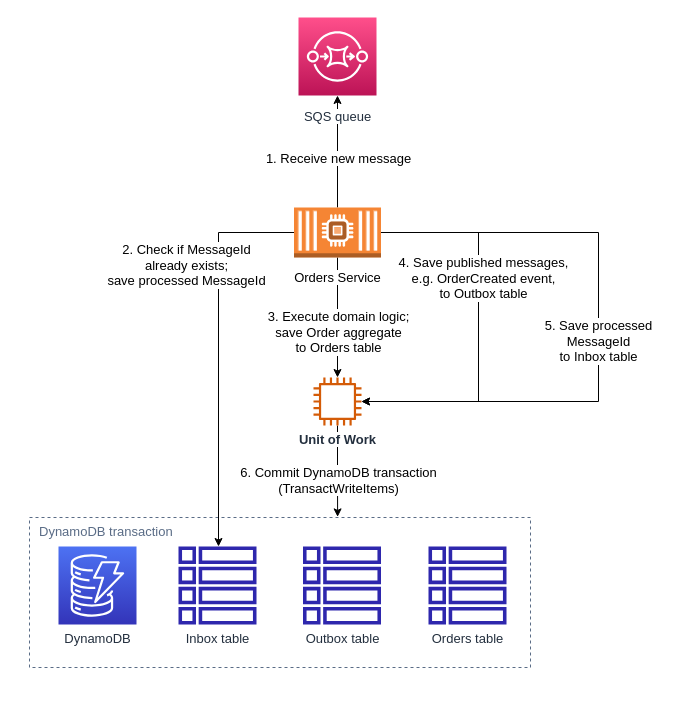
The draw.io diagram images/AWS Unit of Work DynamoDB.drawio in filipsnastins/transactional-messaging-patterns-with-aws-dynamodb-streams-sns-sqs-lambda, before the edit. Source tidied: cells renumbered, new cells numbered last; positions are measured from the earlier drawing's top-left corner, leaving out a move shared by most shapes. Both pictures are drawn from the tidied source at 100%, with x=0, y=0 at pixel (29, 17).
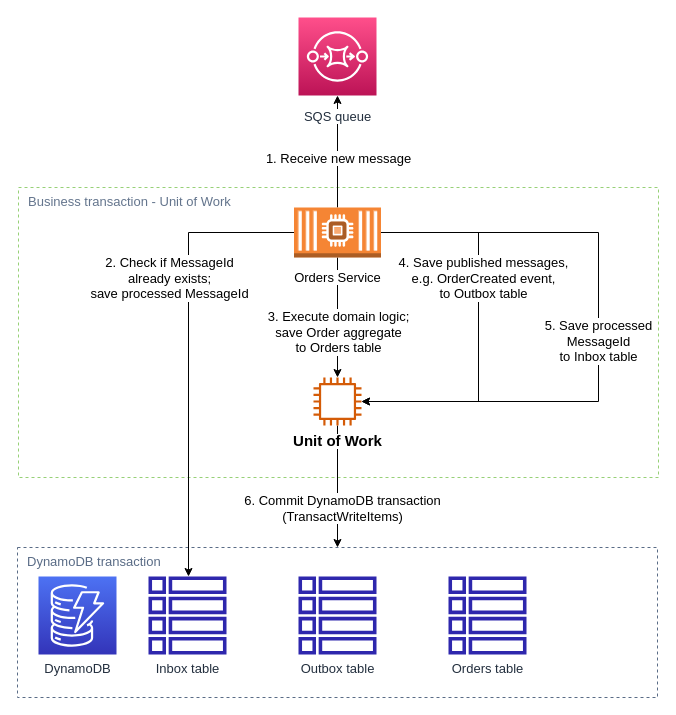
After the change.

Diff of the diagram source:
```diff
@@
-    <mxCell id="2" style="edgeStyle=orthogonalEdgeStyle;rounded=0;jettySize=auto;html=1;entryX=0.615;entryY=-0.004;entryDx=0;entryDy=0;entryPerimeter=0;fontSize=13;" parent="1" edge="1" source="21" target="4">
-      <mxGeometry relative="1" as="geometry" />
-    </mxCell>
-    <mxCell id="3" value="6. Commit DynamoDB transaction&lt;br style=&quot;font-size: 13px;&quot;&gt;(TransactWriteItems)" style="edgeLabel;html=1;align=center;verticalAlign=middle;fontSize=13;" parent="2" vertex="1">
-      <mxGeometry x="0.24" relative="1" as="geometry">
-        <mxPoint y="-2" as="offset" />
-      </mxGeometry>
-    </mxCell>
+    <mxCell id="22" value="&lt;font color=&quot;#64758d&quot;&gt;Business transaction - Unit of Work&lt;/font&gt;" style="dashed=1;verticalAlign=top;fontStyle=0;whiteSpace=wrap;html=1;align=left;spacingLeft=8;fontSize=13;strokeColor=#97D077;strokeWidth=1;fillColor=none;" parent="1" vertex="1">
+      <mxGeometry x="-11" y="170" width="640" height="290" as="geometry" />
+    </mxCell>
     <mxCell id="4" value="DynamoDB transaction" style="fillColor=none;strokeColor=#5A6C86;dashed=1;verticalAlign=top;fontStyle=0;fontColor=#5A6C86;whiteSpace=wrap;html=1;align=left;spacingLeft=8;fontSize=13;" parent="1" vertex="1">
-      <mxGeometry y="500" width="501" height="150" as="geometry" />
+      <mxGeometry x="-12" y="530" width="640" height="150" as="geometry" />
     </mxCell>
@@
     <mxCell id="7" value="Outbox table" style="sketch=0;fontColor=#232F3E;gradientColor=none;fillColor=#2E27AD;strokeColor=none;dashed=0;verticalLabelPosition=bottom;verticalAlign=top;align=center;html=1;fontSize=13;fontStyle=0;shape=mxgraph.aws4.table;" parent="1" vertex="1">
-      <mxGeometry x="273.5" y="529" width="78" height="78" as="geometry" />
+      <mxGeometry x="269" y="559" width="78" height="78" as="geometry" />
     </mxCell>
     <mxCell id="8" value="DynamoDB" style="sketch=0;fontColor=#232F3E;gradientColor=#4D72F3;gradientDirection=north;fillColor=#3334B9;strokeColor=#ffffff;dashed=0;verticalLabelPosition=bottom;verticalAlign=top;align=center;html=1;fontSize=13;fontStyle=0;shape=mxgraph.aws4.resourceIcon;resIcon=mxgraph.aws4.dynamodb;" parent="1" vertex="1">
-      <mxGeometry x="29" y="529" width="78" height="78" as="geometry" />
+      <mxGeometry x="9" y="559" width="78" height="78" as="geometry" />
     </mxCell>
@@
     <mxCell id="10" style="edgeStyle=orthogonalEdgeStyle;rounded=0;jettySize=auto;html=1;fontSize=13;" parent="1" edge="1" target="19">
       <mxGeometry relative="1" as="geometry">
         <mxPoint x="274.5" y="215" as="sourcePoint" />
         <Array as="points">
-          <mxPoint x="189" y="215" />
+          <mxPoint x="159" y="215" />
         </Array>
       </mxGeometry>
     </mxCell>
     <mxCell id="11" value="2. Check if MessageId&lt;br style=&quot;font-size: 13px;&quot;&gt;already exists;&lt;br style=&quot;font-size: 13px;&quot;&gt;save processed MessageId" style="edgeLabel;html=1;align=center;verticalAlign=middle;fontSize=13;" parent="10" vertex="1">
       <mxGeometry x="0.13" y="1" relative="1" as="geometry">
-        <mxPoint x="-34" y="-108" as="offset" />
+        <mxPoint x="-21" y="-99" as="offset" />
       </mxGeometry>
     </mxCell>
@@
     <mxCell id="19" value="Inbox table" style="sketch=0;outlineConnect=0;fontColor=#232F3E;gradientColor=none;fillColor=#2E27AD;strokeColor=none;dashed=0;verticalLabelPosition=bottom;verticalAlign=top;align=center;html=1;fontSize=13;fontStyle=0;shape=mxgraph.aws4.table;" parent="1" vertex="1">
-      <mxGeometry x="149" y="529" width="78" height="78" as="geometry" />
+      <mxGeometry x="119" y="559" width="78" height="78" as="geometry" />
     </mxCell>
     <mxCell id="20" value="Orders table" style="sketch=0;fontColor=#232F3E;gradientColor=none;fillColor=#2E27AD;strokeColor=none;dashed=0;verticalLabelPosition=bottom;verticalAlign=top;align=center;html=1;fontSize=13;fontStyle=0;shape=mxgraph.aws4.table;" parent="1" vertex="1">
-      <mxGeometry x="399" y="529" width="78" height="78" as="geometry" />
+      <mxGeometry x="419" y="559" width="78" height="78" as="geometry" />
     </mxCell>
+    <mxCell id="2" style="edgeStyle=orthogonalEdgeStyle;rounded=0;jettySize=auto;html=1;entryX=0.5;entryY=0;entryDx=0;entryDy=0;" parent="1" edge="1" source="21" target="4">
+      <mxGeometry relative="1" as="geometry" />
+    </mxCell>
+    <mxCell id="3" value="&lt;font style=&quot;font-size: 13px;&quot;&gt;6. Commit DynamoDB transaction&lt;br style=&quot;border-color: var(--border-color);&quot;&gt;(TransactWriteItems)&lt;/font&gt;" style="edgeLabel;html=1;align=center;verticalAlign=middle;" parent="2" vertex="1">
+      <mxGeometry x="-0.21" y="1" relative="1" as="geometry">
+        <mxPoint x="3" y="34" as="offset" />
+      </mxGeometry>
+    </mxCell>
-    <mxCell id="21" value="&lt;b style=&quot;background-color: rgb(255, 255, 255);&quot;&gt;Unit of Work&lt;/b&gt;" style="sketch=0;outlineConnect=0;fontColor=#232F3E;gradientColor=none;fillColor=#D45B07;strokeColor=none;dashed=0;verticalLabelPosition=bottom;verticalAlign=top;align=center;html=1;fontSize=13;fontStyle=0;shape=mxgraph.aws4.instance2;" parent="1" vertex="1">
+    <mxCell id="21" value="&lt;b style=&quot;background-color: rgb(255, 255, 255);&quot;&gt;&lt;font color=&quot;#000000&quot; style=&quot;font-size: 15px;&quot;&gt;Unit of Work&lt;/font&gt;&lt;/b&gt;" style="sketch=0;outlineConnect=0;fontColor=#232F3E;gradientColor=none;fillColor=#D45B07;strokeColor=none;dashed=0;verticalLabelPosition=bottom;verticalAlign=top;align=center;html=1;fontSize=13;fontStyle=0;shape=mxgraph.aws4.instance2;" parent="1" vertex="1">
       <mxGeometry x="284" y="360" width="48" height="48" as="geometry" />
     </mxCell>
```
